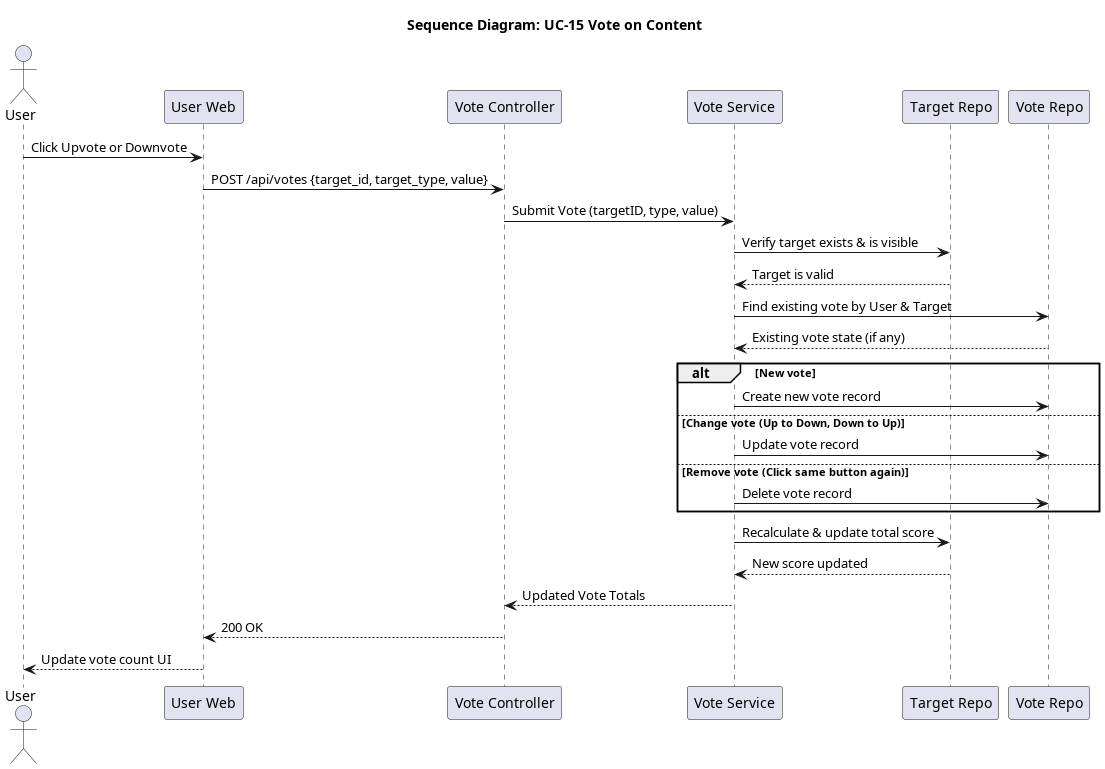
Above: docs/srs_add/SAD/diagrams/seq_15_vote_on_content.png in giakiet05/lkforum-new (PlantUML), before the change.
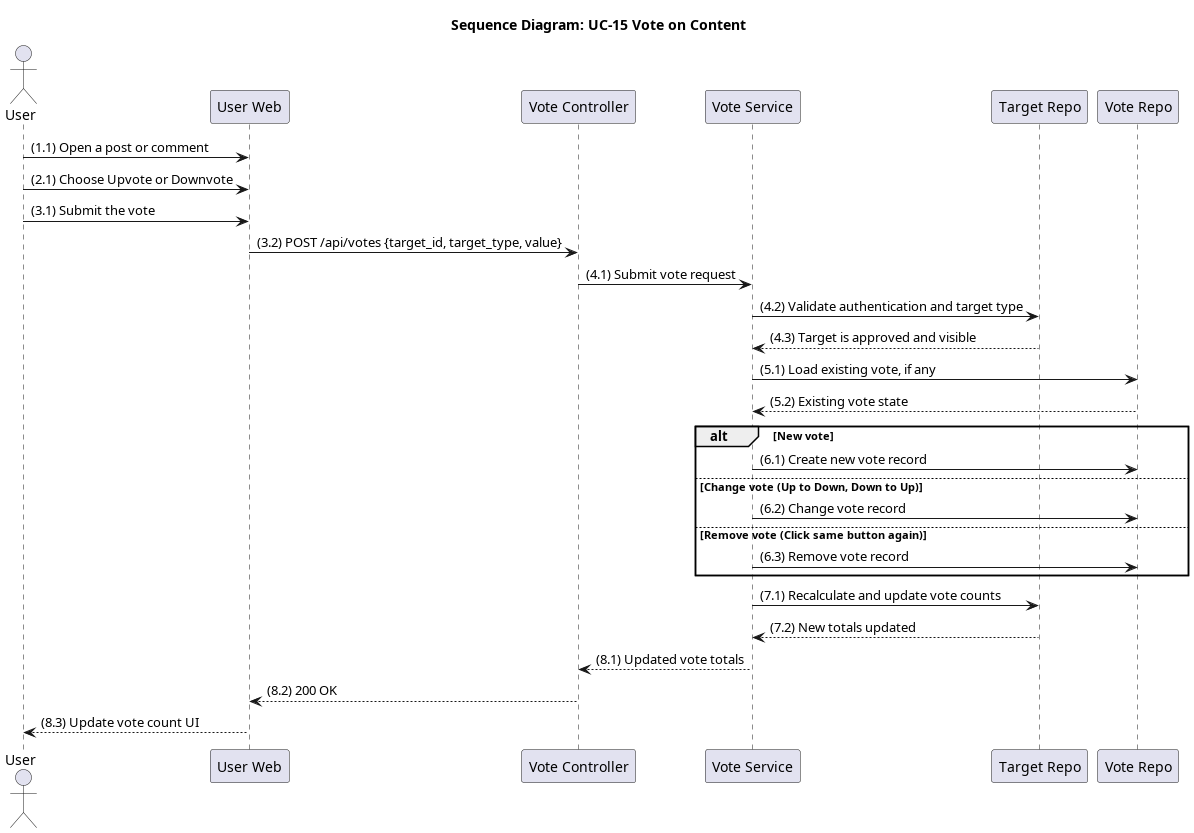
Above is the later version.

The edit, as a diff of the source:
```diff
@@ -8,26 +8,28 @@
 participant "Target Repo" as TargetRepo
 participant "Vote Repo" as VoteRepo
 
-User -> Frontend: Click Upvote or Downvote
-Frontend -> Controller: POST /api/votes {target_id, target_type, value}
-Controller -> Service: Submit Vote (targetID, type, value)
-Service -> TargetRepo: Verify target exists & is visible
-TargetRepo --> Service: Target is valid
+User -> Frontend: (1.1) Open a post or comment
+User -> Frontend: (2.1) Choose Upvote or Downvote
+User -> Frontend: (3.1) Submit the vote
+Frontend -> Controller: (3.2) POST /api/votes {target_id, target_type, value}
+Controller -> Service: (4.1) Submit vote request
+Service -> TargetRepo: (4.2) Validate authentication and target type
+TargetRepo --> Service: (4.3) Target is approved and visible
 
-Service -> VoteRepo: Find existing vote by User & Target
-VoteRepo --> Service: Existing vote state (if any)
+Service -> VoteRepo: (5.1) Load existing vote, if any
+VoteRepo --> Service: (5.2) Existing vote state
 
 alt New vote
-    Service -> VoteRepo: Create new vote record
+    Service -> VoteRepo: (6.1) Create new vote record
 else Change vote (Up to Down, Down to Up)
-    Service -> VoteRepo: Update vote record
+    Service -> VoteRepo: (6.2) Change vote record
 else Remove vote (Click same button again)
-    Service -> VoteRepo: Delete vote record
+    Service -> VoteRepo: (6.3) Remove vote record
 end
 
-Service -> TargetRepo: Recalculate & update total score
-TargetRepo --> Service: New score updated
-Service --> Controller: Updated Vote Totals
-Controller --> Frontend: 200 OK
-Frontend --> User: Update vote count UI
+Service -> TargetRepo: (7.1) Recalculate and update vote counts
+TargetRepo --> Service: (7.2) New totals updated
+Service --> Controller: (8.1) Updated vote totals
+Controller --> Frontend: (8.2) 200 OK
+Frontend --> User: (8.3) Update vote count UI
 @enduml
```
